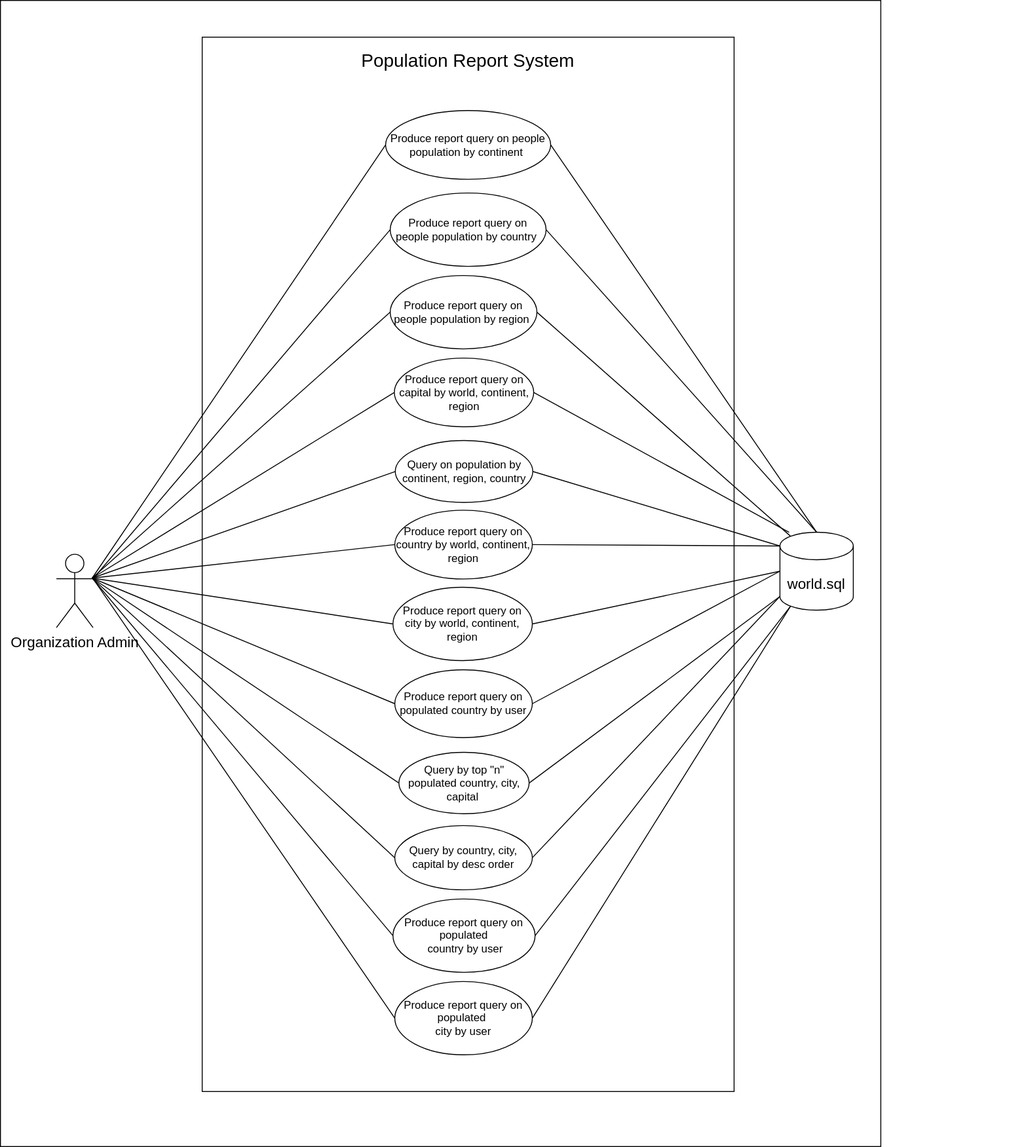
Before: ProjectGroup4_UML.svg, a diagram exported from draw.io (Saw-Yu-Nandar/DevOps_gp4). Source tidied: cells renumbered, new cells last; positions are measured from the earlier drawing's top-left corner, leaving out a move shared by most shapes.
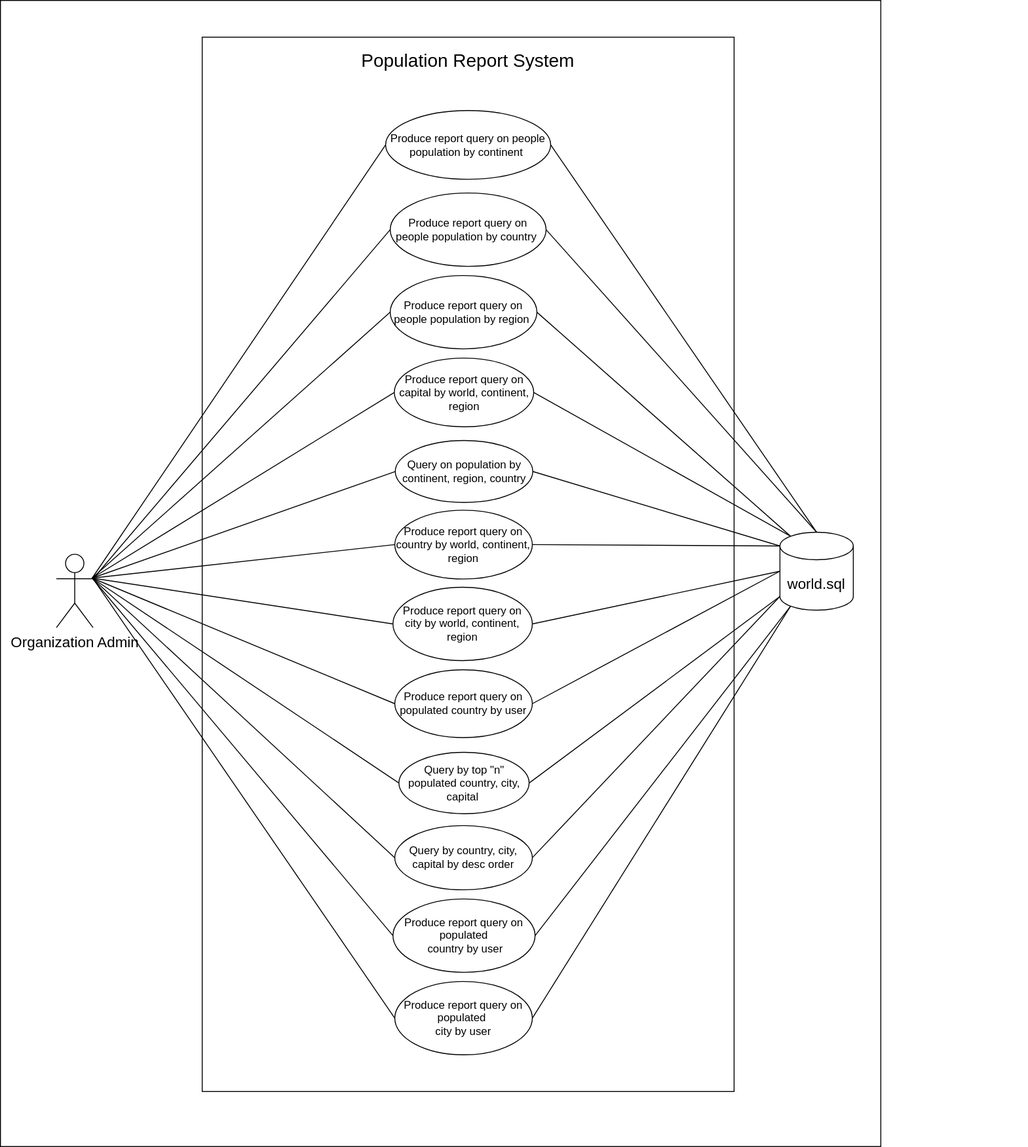
Above is the later version.

Diff of the diagram source:
```diff
@@ -89,10 +89,8 @@
     <mxCell id="28" style="endArrow=none;html=1;rounded=0;strokeWidth=1;fontSize=16;entryX=0.145;entryY=0;entryDx=0;entryDy=4.35;exitX=1;exitY=0.5;exitDx=0;exitDy=0;entryPerimeter=0;" parent="1" edge="1" source="12" target="6">
       <mxGeometry relative="1" as="geometry" />
     </mxCell>
-    <mxCell id="29" style="endArrow=none;html=1;rounded=0;strokeWidth=1;fontSize=16;exitX=1;exitY=0.5;exitDx=0;exitDy=0;" parent="1" edge="1" source="16">
-      <mxGeometry relative="1" as="geometry">
-        <mxPoint x="860" y="580" as="targetPoint" />
-      </mxGeometry>
+    <mxCell id="29" style="endArrow=none;html=1;rounded=0;strokeWidth=1;fontSize=16;exitX=1;exitY=0.5;exitDx=0;exitDy=0;entryX=0.145;entryY=0;entryDx=0;entryDy=4.35;entryPerimeter=0;" parent="1" edge="1" source="16" target="6">
+      <mxGeometry relative="1" as="geometry" />
     </mxCell>
     <mxCell id="30" style="endArrow=none;html=1;rounded=0;strokeWidth=1;fontSize=16;entryX=0;entryY=0;entryDx=0;entryDy=15;exitX=1;exitY=0.5;exitDx=0;exitDy=0;entryPerimeter=0;" parent="1" edge="1" source="14" target="6">
       <mxGeometry relative="1" as="geometry" />
```
